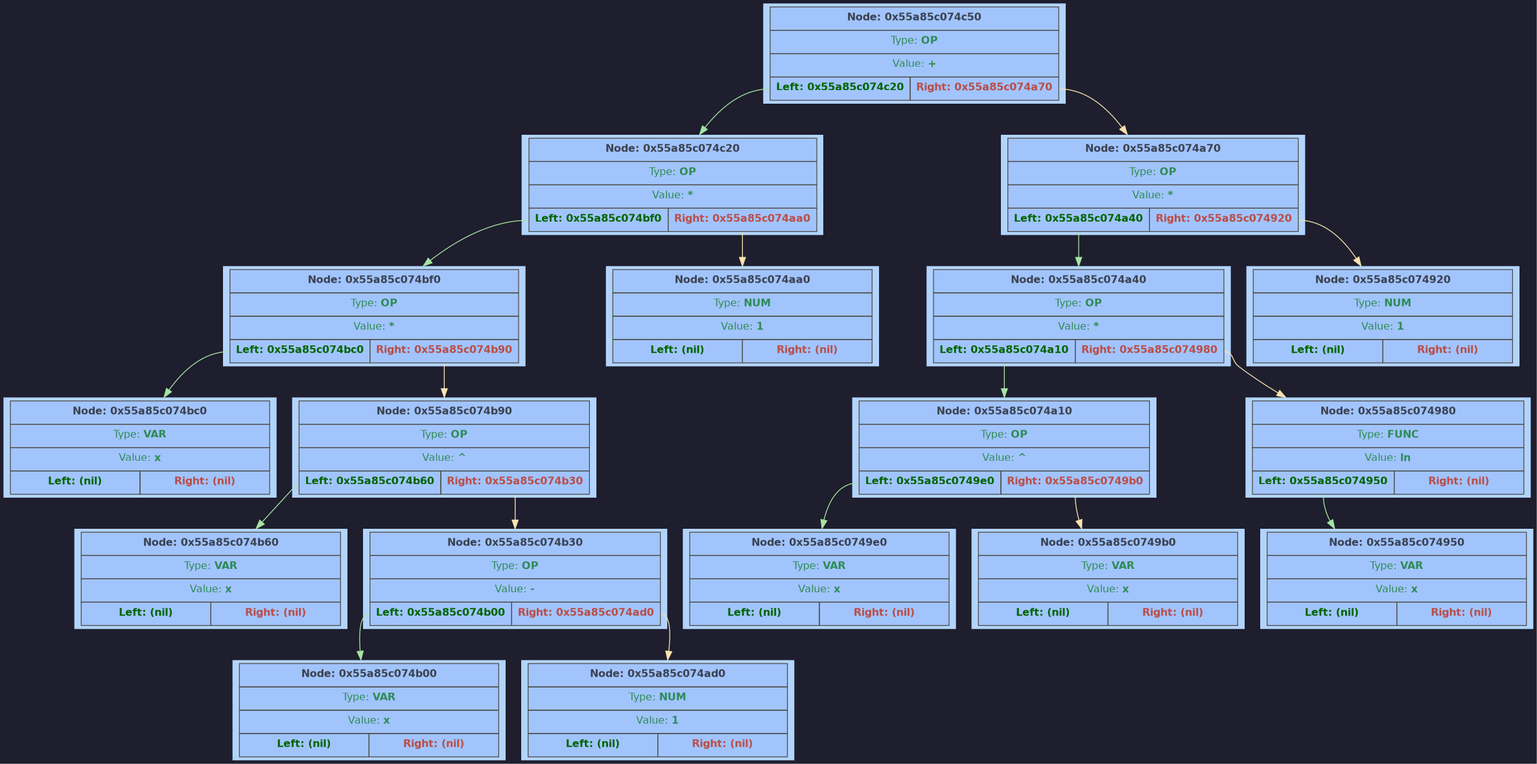
The Graphviz diagram GraphDump/dump.png in F1merhub/Differencator, before a commit. Its source is kept beside it as GraphDump/dump.dot.
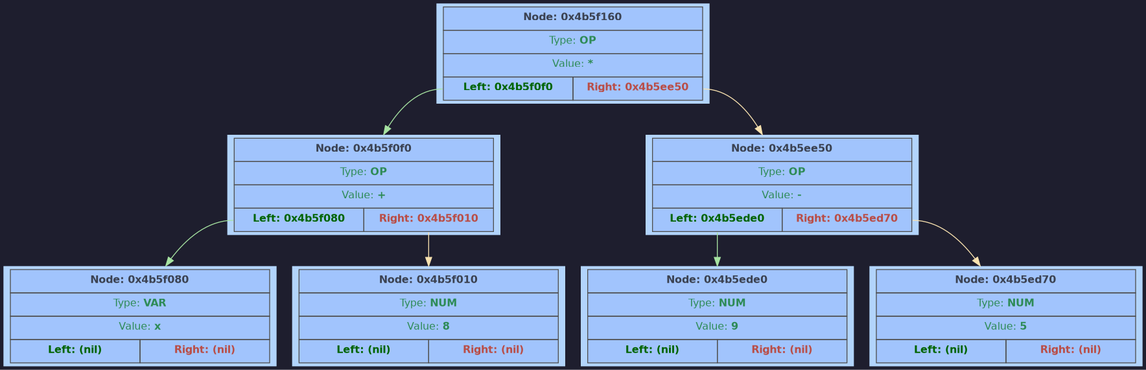
After the change.

Change to the diagram source:
```diff
@@ -2,39 +2,29 @@
 	rankdir = TB;
 	bgcolor="#1e1e2e";
 	node [shape=rectangle, style=filled, fontname=Helvetica, fontsize=12, fillcolor="#89b4fa", color="#cba6f7", fontcolor="#1e1e2e"];
-	node0x55a85c074c50 [shape=plaintext; style=filled; color="#fcf0d2"; fillcolor="#b2d4fc"; label = <
+	node0x4b5f400 [shape=plaintext; style=filled; color="#fcf0d2"; fillcolor="#b2d4fc"; label = <
 		<table BORDER="0" CELLBORDER="1" CELLSPACING="0" CELLPADDING="6" BGCOLOR="#a1c4fd" COLOR="#4f4f4f">
-			<tr><td align='center' colspan='2'><FONT COLOR='#3b4252'><b>Node: 0x55a85c074c50</b></FONT></td></tr>
+			<tr><td align='center' colspan='2'><FONT COLOR='#3b4252'><b>Node: 0x4b5f400</b></FONT></td></tr>
+			<tr><td align='center' colspan='2'><FONT COLOR='#2e8b57'>Type: <b>OP</b></FONT></td></tr>
+			<tr><td align='center' colspan='2'><FONT COLOR='#2e8b57'>Value: <b>*</b></FONT></td></tr>
+			<tr>
+				<td WIDTH='150' PORT='left' align='center'><FONT COLOR='#006400'><b>Left: 0x4b5f390</b></FONT></td>
+				<td WIDTH='150' PORT='right' align='center'><FONT COLOR='#b94e48'><b>Right: 0x4b5efa0</b></FONT></td>
+			</tr>
+		</table> >];
+	node0x4b5f390 [shape=plaintext; style=filled; color="#fcf0d2"; fillcolor="#b2d4fc"; label = <
+		<table BORDER="0" CELLBORDER="1" CELLSPACING="0" CELLPADDING="6" BGCOLOR="#a1c4fd" COLOR="#4f4f4f">
+			<tr><td align='center' colspan='2'><FONT COLOR='#3b4252'><b>Node: 0x4b5f390</b></FONT></td></tr>
 			<tr><td align='center' colspan='2'><FONT COLOR='#2e8b57'>Type: <b>OP</b></FONT></td></tr>
 			<tr><td align='center' colspan='2'><FONT COLOR='#2e8b57'>Value: <b>+</b></FONT></td></tr>
 			<tr>
-				<td WIDTH='150' PORT='left' align='center'><FONT COLOR='#006400'><b>Left: 0x55a85c074c20</b></FONT></td>
-				<td WIDTH='150' PORT='right' align='center'><FONT COLOR='#b94e48'><b>Right: 0x55a85c074a70</b></FONT></td>
+				<td WIDTH='150' PORT='left' align='center'><FONT COLOR='#006400'><b>Left: 0x4b5f320</b></FONT></td>
+				<td WIDTH='150' PORT='right' align='center'><FONT COLOR='#b94e48'><b>Right: 0x4b5f2b0</b></FONT></td>
 			</tr>
 		</table> >];
-	node0x55a85c074c20 [shape=plaintext; style=filled; color="#fcf0d2"; fillcolor="#b2d4fc"; label = <
+	node0x4b5f320 [shape=plaintext; style=filled; color="#fcf0d2"; fillcolor="#b2d4fc"; label = <
 		<table BORDER="0" CELLBORDER="1" CELLSPACING="0" CELLPADDING="6" BGCOLOR="#a1c4fd" COLOR="#4f4f4f">
-			<tr><td align='center' colspan='2'><FONT COLOR='#3b4252'><b>Node: 0x55a85c074c20</b></FONT></td></tr>
-			<tr><td align='center' colspan='2'><FONT COLOR='#2e8b57'>Type: <b>OP</b></FONT></td></tr>
-			<tr><td align='center' colspan='2'><FONT COLOR='#2e8b57'>Value: <b>*</b></FONT></td></tr>
-			<tr>
-				<td WIDTH='150' PORT='left' align='center'><FONT COLOR='#006400'><b>Left: 0x55a85c074bf0</b></FONT></td>
-				<td WIDTH='150' PORT='right' align='center'><FONT COLOR='#b94e48'><b>Right: 0x55a85c074aa0</b></FONT></td>
-			</tr>
-		</table> >];
-	node0x55a85c074bf0 [shape=plaintext; style=filled; color="#fcf0d2"; fillcolor="#b2d4fc"; label = <
-		<table BORDER="0" CELLBORDER="1" CELLSPACING="0" CELLPADDING="6" BGCOLOR="#a1c4fd" COLOR="#4f4f4f">
-			<tr><td align='center' colspan='2'><FONT COLOR='#3b4252'><b>Node: 0x55a85c074bf0</b></FONT></td></tr>
-			<tr><td align='center' colspan='2'><FONT COLOR='#2e8b57'>Type: <b>OP</b></FONT></td></tr>
-			<tr><td align='center' colspan='2'><FONT COLOR='#2e8b57'>Value: <b>*</b></FONT></td></tr>
-			<tr>
-				<td WIDTH='150' PORT='left' align='center'><FONT COLOR='#006400'><b>Left: 0x55a85c074bc0</b></FONT></td>
-				<td WIDTH='150' PORT='right' align='center'><FONT COLOR='#b94e48'><b>Right: 0x55a85c074b90</b></FONT></td>
-			</tr>
-		</table> >];
-	node0x55a85c074bc0 [shape=plaintext; style=filled; color="#fcf0d2"; fillcolor="#b2d4fc"; label = <
-		<table BORDER="0" CELLBORDER="1" CELLSPACING="0" CELLPADDING="6" BGCOLOR="#a1c4fd" COLOR="#4f4f4f">
-			<tr><td align='center' colspan='2'><FONT COLOR='#3b4252'><b>Node: 0x55a85c074bc0</b></FONT></td></tr>
+			<tr><td align='center' colspan='2'><FONT COLOR='#3b4252'><b>Node: 0x4b5f320</b></FONT></td></tr>
 			<tr><td align='center' colspan='2'><FONT COLOR='#2e8b57'>Type: <b>VAR</b></FONT></td></tr>
 			<tr><td align='center' colspan='2'><FONT COLOR='#2e8b57'>Value: <b>x</b></FONT></td></tr>
 			<tr>
@@ -42,161 +32,28 @@
 				<td WIDTH='150' PORT='right' align='center'><FONT COLOR='#b94e48'><b>Right: (nil)</b></FONT></td>
 			</tr>
 		</table> >];
-	node0x55a85c074bf0:left -> node0x55a85c074bc0 [color="#a6e3a1"]
-	node0x55a85c074b90 [shape=plaintext; style=filled; color="#fcf0d2"; fillcolor="#b2d4fc"; label = <
+	node0x4b5f390:left -> node0x4b5f320 [color="#a6e3a1"]
+	node0x4b5f2b0 [shape=plaintext; style=filled; color="#fcf0d2"; fillcolor="#b2d4fc"; label = <
 		<table BORDER="0" CELLBORDER="1" CELLSPACING="0" CELLPADDING="6" BGCOLOR="#a1c4fd" COLOR="#4f4f4f">
-			<tr><td align='center' colspan='2'><FONT COLOR='#3b4252'><b>Node: 0x55a85c074b90</b></FONT></td></tr>
-			<tr><td align='center' colspan='2'><FONT COLOR='#2e8b57'>Type: <b>OP</b></FONT></td></tr>
-			<tr><td align='center' colspan='2'><FONT COLOR='#2e8b57'>Value: <b>^</b></FONT></td></tr>
-			<tr>
-				<td WIDTH='150' PORT='left' align='center'><FONT COLOR='#006400'><b>Left: 0x55a85c074b60</b></FONT></td>
-				<td WIDTH='150' PORT='right' align='center'><FONT COLOR='#b94e48'><b>Right: 0x55a85c074b30</b></FONT></td>
-			</tr>
-		</table> >];
-	node0x55a85c074b60 [shape=plaintext; style=filled; color="#fcf0d2"; fillcolor="#b2d4fc"; label = <
-		<table BORDER="0" CELLBORDER="1" CELLSPACING="0" CELLPADDING="6" BGCOLOR="#a1c4fd" COLOR="#4f4f4f">
-			<tr><td align='center' colspan='2'><FONT COLOR='#3b4252'><b>Node: 0x55a85c074b60</b></FONT></td></tr>
-			<tr><td align='center' colspan='2'><FONT COLOR='#2e8b57'>Type: <b>VAR</b></FONT></td></tr>
-			<tr><td align='center' colspan='2'><FONT COLOR='#2e8b57'>Value: <b>x</b></FONT></td></tr>
+			<tr><td align='center' colspan='2'><FONT COLOR='#3b4252'><b>Node: 0x4b5f2b0</b></FONT></td></tr>
+			<tr><td align='center' colspan='2'><FONT COLOR='#2e8b57'>Type: <b>NUM</b></FONT></td></tr>
+			<tr><td align='center' colspan='2'><FONT COLOR='#2e8b57'>Value: <b>12</b></FONT></td></tr>
 			<tr>
 				<td WIDTH='150' PORT='left' align='center'><FONT COLOR='#006400'><b>Left: (nil)</b></FONT></td>
 				<td WIDTH='150' PORT='right' align='center'><FONT COLOR='#b94e48'><b>Right: (nil)</b></FONT></td>
 			</tr>
 		</table> >];
-	node0x55a85c074b90:left -> node0x55a85c074b60 [color="#a6e3a1"]
-	node0x55a85c074b30 [shape=plaintext; style=filled; color="#fcf0d2"; fillcolor="#b2d4fc"; label = <
+	node0x4b5f390:right -> node0x4b5f2b0 [color="#f9e2af"]
+	node0x4b5f400:left -> node0x4b5f390 [color="#a6e3a1"]
+	node0x4b5efa0 [shape=plaintext; style=filled; color="#fcf0d2"; fillcolor="#b2d4fc"; label = <
 		<table BORDER="0" CELLBORDER="1" CELLSPACING="0" CELLPADDING="6" BGCOLOR="#a1c4fd" COLOR="#4f4f4f">
-			<tr><td align='center' colspan='2'><FONT COLOR='#3b4252'><b>Node: 0x55a85c074b30</b></FONT></td></tr>
-			<tr><td align='center' colspan='2'><FONT COLOR='#2e8b57'>Type: <b>OP</b></FONT></td></tr>
-			<tr><td align='center' colspan='2'><FONT COLOR='#2e8b57'>Value: <b>-</b></FONT></td></tr>
-			<tr>
-				<td WIDTH='150' PORT='left' align='center'><FONT COLOR='#006400'><b>Left: 0x55a85c074b00</b></FONT></td>
-				<td WIDTH='150' PORT='right' align='center'><FONT COLOR='#b94e48'><b>Right: 0x55a85c074ad0</b></FONT></td>
-			</tr>
-		</table> >];
-	node0x55a85c074b00 [shape=plaintext; style=filled; color="#fcf0d2"; fillcolor="#b2d4fc"; label = <
-		<table BORDER="0" CELLBORDER="1" CELLSPACING="0" CELLPADDING="6" BGCOLOR="#a1c4fd" COLOR="#4f4f4f">
-			<tr><td align='center' colspan='2'><FONT COLOR='#3b4252'><b>Node: 0x55a85c074b00</b></FONT></td></tr>
-			<tr><td align='center' colspan='2'><FONT COLOR='#2e8b57'>Type: <b>VAR</b></FONT></td></tr>
-			<tr><td align='center' colspan='2'><FONT COLOR='#2e8b57'>Value: <b>x</b></FONT></td></tr>
+			<tr><td align='center' colspan='2'><FONT COLOR='#3b4252'><b>Node: 0x4b5efa0</b></FONT></td></tr>
+			<tr><td align='center' colspan='2'><FONT COLOR='#2e8b57'>Type: <b>NUM</b></FONT></td></tr>
+			<tr><td align='center' colspan='2'><FONT COLOR='#2e8b57'>Value: <b>4</b></FONT></td></tr>
 			<tr>
 				<td WIDTH='150' PORT='left' align='center'><FONT COLOR='#006400'><b>Left: (nil)</b></FONT></td>
 				<td WIDTH='150' PORT='right' align='center'><FONT COLOR='#b94e48'><b>Right: (nil)</b></FONT></td>
 			</tr>
 		</table> >];
-	node0x55a85c074b30:left -> node0x55a85c074b00 [color="#a6e3a1"]
-	node0x55a85c074ad0 [shape=plaintext; style=filled; color="#fcf0d2"; fillcolor="#b2d4fc"; label = <
-		<table BORDER="0" CELLBORDER="1" CELLSPACING="0" CELLPADDING="6" BGCOLOR="#a1c4fd" COLOR="#4f4f4f">
-			<tr><td align='center' colspan='2'><FONT COLOR='#3b4252'><b>Node: 0x55a85c074ad0</b></FONT></td></tr>
-			<tr><td align='center' colspan='2'><FONT COLOR='#2e8b57'>Type: <b>NUM</b></FONT></td></tr>
-			<tr><td align='center' colspan='2'><FONT COLOR='#2e8b57'>Value: <b>1</b></FONT></td></tr>
-			<tr>
-				<td WIDTH='150' PORT='left' align='center'><FONT COLOR='#006400'><b>Left: (nil)</b></FONT></td>
-				<td WIDTH='150' PORT='right' align='center'><FONT COLOR='#b94e48'><b>Right: (nil)</b></FONT></td>
-			</tr>
-		</table> >];
-	node0x55a85c074b30:right -> node0x55a85c074ad0 [color="#f9e2af"]
-	node0x55a85c074b90:right -> node0x55a85c074b30 [color="#f9e2af"]
-	node0x55a85c074bf0:right -> node0x55a85c074b90 [color="#f9e2af"]
-	node0x55a85c074c20:left -> node0x55a85c074bf0 [color="#a6e3a1"]
-	node0x55a85c074aa0 [shape=plaintext; style=filled; color="#fcf0d2"; fillcolor="#b2d4fc"; label = <
-		<table BORDER="0" CELLBORDER="1" CELLSPACING="0" CELLPADDING="6" BGCOLOR="#a1c4fd" COLOR="#4f4f4f">
-			<tr><td align='center' colspan='2'><FONT COLOR='#3b4252'><b>Node: 0x55a85c074aa0</b></FONT></td></tr>
-			<tr><td align='center' colspan='2'><FONT COLOR='#2e8b57'>Type: <b>NUM</b></FONT></td></tr>
-			<tr><td align='center' colspan='2'><FONT COLOR='#2e8b57'>Value: <b>1</b></FONT></td></tr>
-			<tr>
-				<td WIDTH='150' PORT='left' align='center'><FONT COLOR='#006400'><b>Left: (nil)</b></FONT></td>
-				<td WIDTH='150' PORT='right' align='center'><FONT COLOR='#b94e48'><b>Right: (nil)</b></FONT></td>
-			</tr>
-		</table> >];
-	node0x55a85c074c20:right -> node0x55a85c074aa0 [color="#f9e2af"]
-	node0x55a85c074c50:left -> node0x55a85c074c20 [color="#a6e3a1"]
-	node0x55a85c074a70 [shape=plaintext; style=filled; color="#fcf0d2"; fillcolor="#b2d4fc"; label = <
-		<table BORDER="0" CELLBORDER="1" CELLSPACING="0" CELLPADDING="6" BGCOLOR="#a1c4fd" COLOR="#4f4f4f">
-			<tr><td align='center' colspan='2'><FONT COLOR='#3b4252'><b>Node: 0x55a85c074a70</b></FONT></td></tr>
-			<tr><td align='center' colspan='2'><FONT COLOR='#2e8b57'>Type: <b>OP</b></FONT></td></tr>
-			<tr><td align='center' colspan='2'><FONT COLOR='#2e8b57'>Value: <b>*</b></FONT></td></tr>
-			<tr>
-				<td WIDTH='150' PORT='left' align='center'><FONT COLOR='#006400'><b>Left: 0x55a85c074a40</b></FONT></td>
-				<td WIDTH='150' PORT='right' align='center'><FONT COLOR='#b94e48'><b>Right: 0x55a85c074920</b></FONT></td>
-			</tr>
-		</table> >];
-	node0x55a85c074a40 [shape=plaintext; style=filled; color="#fcf0d2"; fillcolor="#b2d4fc"; label = <
-		<table BORDER="0" CELLBORDER="1" CELLSPACING="0" CELLPADDING="6" BGCOLOR="#a1c4fd" COLOR="#4f4f4f">
-			<tr><td align='center' colspan='2'><FONT COLOR='#3b4252'><b>Node: 0x55a85c074a40</b></FONT></td></tr>
-			<tr><td align='center' colspan='2'><FONT COLOR='#2e8b57'>Type: <b>OP</b></FONT></td></tr>
-			<tr><td align='center' colspan='2'><FONT COLOR='#2e8b57'>Value: <b>*</b></FONT></td></tr>
-			<tr>
-				<td WIDTH='150' PORT='left' align='center'><FONT COLOR='#006400'><b>Left: 0x55a85c074a10</b></FONT></td>
-				<td WIDTH='150' PORT='right' align='center'><FONT COLOR='#b94e48'><b>Right: 0x55a85c074980</b></FONT></td>
-			</tr>
-		</table> >];
-	node0x55a85c074a10 [shape=plaintext; style=filled; color="#fcf0d2"; fillcolor="#b2d4fc"; label = <
-		<table BORDER="0" CELLBORDER="1" CELLSPACING="0" CELLPADDING="6" BGCOLOR="#a1c4fd" COLOR="#4f4f4f">
-			<tr><td align='center' colspan='2'><FONT COLOR='#3b4252'><b>Node: 0x55a85c074a10</b></FONT></td></tr>
-			<tr><td align='center' colspan='2'><FONT COLOR='#2e8b57'>Type: <b>OP</b></FONT></td></tr>
-			<tr><td align='center' colspan='2'><FONT COLOR='#2e8b57'>Value: <b>^</b></FONT></td></tr>
-			<tr>
-				<td WIDTH='150' PORT='left' align='center'><FONT COLOR='#006400'><b>Left: 0x55a85c0749e0</b></FONT></td>
-				<td WIDTH='150' PORT='right' align='center'><FONT COLOR='#b94e48'><b>Right: 0x55a85c0749b0</b></FONT></td>
-			</tr>
-		</table> >];
-	node0x55a85c0749e0 [shape=plaintext; style=filled; color="#fcf0d2"; fillcolor="#b2d4fc"; label = <
-		<table BORDER="0" CELLBORDER="1" CELLSPACING="0" CELLPADDING="6" BGCOLOR="#a1c4fd" COLOR="#4f4f4f">
-			<tr><td align='center' colspan='2'><FONT COLOR='#3b4252'><b>Node: 0x55a85c0749e0</b></FONT></td></tr>
-			<tr><td align='center' colspan='2'><FONT COLOR='#2e8b57'>Type: <b>VAR</b></FONT></td></tr>
-			<tr><td align='center' colspan='2'><FONT COLOR='#2e8b57'>Value: <b>x</b></FONT></td></tr>
-			<tr>
-				<td WIDTH='150' PORT='left' align='center'><FONT COLOR='#006400'><b>Left: (nil)</b></FONT></td>
-				<td WIDTH='150' PORT='right' align='center'><FONT COLOR='#b94e48'><b>Right: (nil)</b></FONT></td>
-			</tr>
-		</table> >];
-	node0x55a85c074a10:left -> node0x55a85c0749e0 [color="#a6e3a1"]
-	node0x55a85c0749b0 [shape=plaintext; style=filled; color="#fcf0d2"; fillcolor="#b2d4fc"; label = <
-		<table BORDER="0" CELLBORDER="1" CELLSPACING="0" CELLPADDING="6" BGCOLOR="#a1c4fd" COLOR="#4f4f4f">
-			<tr><td align='center' colspan='2'><FONT COLOR='#3b4252'><b>Node: 0x55a85c0749b0</b></FONT></td></tr>
-			<tr><td align='center' colspan='2'><FONT COLOR='#2e8b57'>Type: <b>VAR</b></FONT></td></tr>
-			<tr><td align='center' colspan='2'><FONT COLOR='#2e8b57'>Value: <b>x</b></FONT></td></tr>
-			<tr>
-				<td WIDTH='150' PORT='left' align='center'><FONT COLOR='#006400'><b>Left: (nil)</b></FONT></td>
-				<td WIDTH='150' PORT='right' align='center'><FONT COLOR='#b94e48'><b>Right: (nil)</b></FONT></td>
-			</tr>
-		</table> >];
-	node0x55a85c074a10:right -> node0x55a85c0749b0 [color="#f9e2af"]
-	node0x55a85c074a40:left -> node0x55a85c074a10 [color="#a6e3a1"]
-	node0x55a85c074980 [shape=plaintext; style=filled; color="#fcf0d2"; fillcolor="#b2d4fc"; label = <
-		<table BORDER="0" CELLBORDER="1" CELLSPACING="0" CELLPADDING="6" BGCOLOR="#a1c4fd" COLOR="#4f4f4f">
-			<tr><td align='center' colspan='2'><FONT COLOR='#3b4252'><b>Node: 0x55a85c074980</b></FONT></td></tr>
-			<tr><td align='center' colspan='2'><FONT COLOR='#2e8b57'>Type: <b>FUNC</b></FONT></td></tr>
-			<tr><td align='center' colspan='2'><FONT COLOR='#2e8b57'>Value: <b>ln</b></FONT></td></tr>
-			<tr>
-				<td WIDTH='150' PORT='left' align='center'><FONT COLOR='#006400'><b>Left: 0x55a85c074950</b></FONT></td>
-				<td WIDTH='150' PORT='right' align='center'><FONT COLOR='#b94e48'><b>Right: (nil)</b></FONT></td>
-			</tr>
-		</table> >];
-	node0x55a85c074950 [shape=plaintext; style=filled; color="#fcf0d2"; fillcolor="#b2d4fc"; label = <
-		<table BORDER="0" CELLBORDER="1" CELLSPACING="0" CELLPADDING="6" BGCOLOR="#a1c4fd" COLOR="#4f4f4f">
-			<tr><td align='center' colspan='2'><FONT COLOR='#3b4252'><b>Node: 0x55a85c074950</b></FONT></td></tr>
-			<tr><td align='center' colspan='2'><FONT COLOR='#2e8b57'>Type: <b>VAR</b></FONT></td></tr>
-			<tr><td align='center' colspan='2'><FONT COLOR='#2e8b57'>Value: <b>x</b></FONT></td></tr>
-			<tr>
-				<td WIDTH='150' PORT='left' align='center'><FONT COLOR='#006400'><b>Left: (nil)</b></FONT></td>
-				<td WIDTH='150' PORT='right' align='center'><FONT COLOR='#b94e48'><b>Right: (nil)</b></FONT></td>
-			</tr>
-		</table> >];
-	node0x55a85c074980:left -> node0x55a85c074950 [color="#a6e3a1"]
-	node0x55a85c074a40:right -> node0x55a85c074980 [color="#f9e2af"]
-	node0x55a85c074a70:left -> node0x55a85c074a40 [color="#a6e3a1"]
-	node0x55a85c074920 [shape=plaintext; style=filled; color="#fcf0d2"; fillcolor="#b2d4fc"; label = <
-		<table BORDER="0" CELLBORDER="1" CELLSPACING="0" CELLPADDING="6" BGCOLOR="#a1c4fd" COLOR="#4f4f4f">
-			<tr><td align='center' colspan='2'><FONT COLOR='#3b4252'><b>Node: 0x55a85c074920</b></FONT></td></tr>
-			<tr><td align='center' colspan='2'><FONT COLOR='#2e8b57'>Type: <b>NUM</b></FONT></td></tr>
-			<tr><td align='center' colspan='2'><FONT COLOR='#2e8b57'>Value: <b>1</b></FONT></td></tr>
-			<tr>
-				<td WIDTH='150' PORT='left' align='center'><FONT COLOR='#006400'><b>Left: (nil)</b></FONT></td>
-				<td WIDTH='150' PORT='right' align='center'><FONT COLOR='#b94e48'><b>Right: (nil)</b></FONT></td>
-			</tr>
-		</table> >];
-	node0x55a85c074a70:right -> node0x55a85c074920 [color="#f9e2af"]
-	node0x55a85c074c50:right -> node0x55a85c074a70 [color="#f9e2af"]
+	node0x4b5f400:right -> node0x4b5efa0 [color="#f9e2af"]
 }
```
